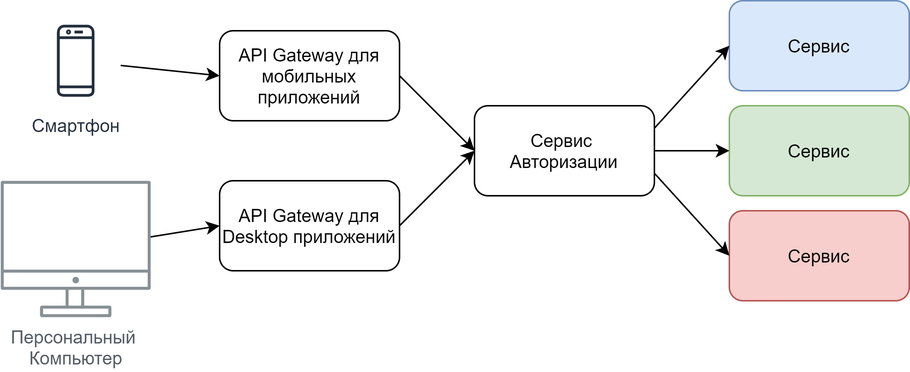
Earlier version of the draw.io export Semester 6/Diploma/Diagrams/Microservices/Backend For Frontends with Auth service.png (ArtiomCiobanu/UniversityStuff). Source tidied: cells renumbered, new cells last; positions are measured from the earlier drawing's top-left corner, leaving out a move shared by most shapes. The source it was exported from:
```xml
<mxGraphModel background="#ffffff">
  <root>
    <mxCell id="0" />
    <mxCell id="1" parent="0" />
    <mxCell id="2" value="Сервис" style="rounded=1;whiteSpace=wrap;html=1;fillColor=#d5e8d4;strokeColor=#82b366;" parent="1" vertex="1">
      <mxGeometry x="486" y="70" width="120" height="60" as="geometry" />
    </mxCell>
    <mxCell id="3" value="Сервис" style="rounded=1;whiteSpace=wrap;html=1;fillColor=#dae8fc;strokeColor=#6c8ebf;" parent="1" vertex="1">
      <mxGeometry x="486" width="120" height="60" as="geometry" />
    </mxCell>
    <mxCell id="4" value="Сервис" style="rounded=1;whiteSpace=wrap;html=1;fillColor=#f8cecc;strokeColor=#b85450;" parent="1" vertex="1">
      <mxGeometry x="486" y="140" width="120" height="60" as="geometry" />
    </mxCell>
    <mxCell id="5" value="API Gateway для мобильных приложений" style="rounded=1;whiteSpace=wrap;html=1;" parent="1" vertex="1">
      <mxGeometry x="146" y="20" width="120" height="60" as="geometry" />
    </mxCell>
    <mxCell id="6" value="API Gateway для Desktop приложений" style="rounded=1;whiteSpace=wrap;html=1;" parent="1" vertex="1">
      <mxGeometry x="146" y="120" width="120" height="60" as="geometry" />
    </mxCell>
    <mxCell id="7" value="Смартфон" style="outlineConnect=0;fontColor=#232F3E;gradientColor=none;strokeColor=#232F3E;fillColor=#ffffff;dashed=0;verticalLabelPosition=bottom;verticalAlign=top;align=center;html=1;fontSize=12;fontStyle=0;shape=mxgraph.aws4.resourceIcon;resIcon=mxgraph.aws4.mobile_client;" parent="1" vertex="1">
      <mxGeometry x="20" y="10" width="60" height="60" as="geometry" />
    </mxCell>
    <mxCell id="8" value="Персональный &lt;br&gt;Компьютер" style="outlineConnect=0;gradientColor=none;fontColor=#545B64;strokeColor=none;fillColor=#879196;dashed=0;verticalLabelPosition=bottom;verticalAlign=top;align=center;html=1;fontSize=12;fontStyle=0;shape=mxgraph.aws4.illustration_desktop;" parent="1" vertex="1">
      <mxGeometry y="120" width="100" height="91" as="geometry" />
    </mxCell>
    <mxCell id="9" style="endArrow=classic;html=1;entryX=0;entryY=0.5;entryDx=0;entryDy=0;" parent="1" edge="1" source="8" target="6">
      <mxGeometry relative="1" as="geometry" />
    </mxCell>
    <mxCell id="10" style="endArrow=classic;html=1;entryX=0;entryY=0.5;entryDx=0;entryDy=0;" parent="1" edge="1" source="7" target="5">
      <mxGeometry relative="1" as="geometry" />
    </mxCell>
    <mxCell id="11" style="edgeStyle=orthogonalEdgeStyle;rounded=0;jettySize=auto;html=1;" parent="1" edge="1" source="12" target="2">
      <mxGeometry relative="1" as="geometry" />
    </mxCell>
    <mxCell id="12" value="Сервис &lt;br&gt;Авторизации" style="rounded=1;whiteSpace=wrap;html=1;" parent="1" vertex="1">
      <mxGeometry x="316" y="70" width="120" height="60" as="geometry" />
    </mxCell>
    <mxCell id="13" style="endArrow=classic;html=1;exitX=1;exitY=0.5;exitDx=0;exitDy=0;" parent="1" edge="1" source="5">
      <mxGeometry relative="1" as="geometry">
        <mxPoint x="316" y="100" as="targetPoint" />
      </mxGeometry>
    </mxCell>
    <mxCell id="14" style="endArrow=classic;html=1;exitX=1;exitY=0.5;exitDx=0;exitDy=0;" parent="1" edge="1" source="6">
      <mxGeometry relative="1" as="geometry">
        <mxPoint x="316" y="100" as="targetPoint" />
      </mxGeometry>
    </mxCell>
    <mxCell id="15" style="endArrow=classic;html=1;entryX=0;entryY=0.5;entryDx=0;entryDy=0;exitX=1;exitY=0.75;exitDx=0;exitDy=0;" parent="1" edge="1" source="12" target="4">
      <mxGeometry relative="1" as="geometry" />
    </mxCell>
    <mxCell id="16" style="endArrow=classic;html=1;entryX=0;entryY=0.5;entryDx=0;entryDy=0;exitX=1;exitY=0.25;exitDx=0;exitDy=0;" parent="1" edge="1" source="12" target="3">
      <mxGeometry relative="1" as="geometry" />
    </mxCell>
  </root>
</mxGraphModel>
```
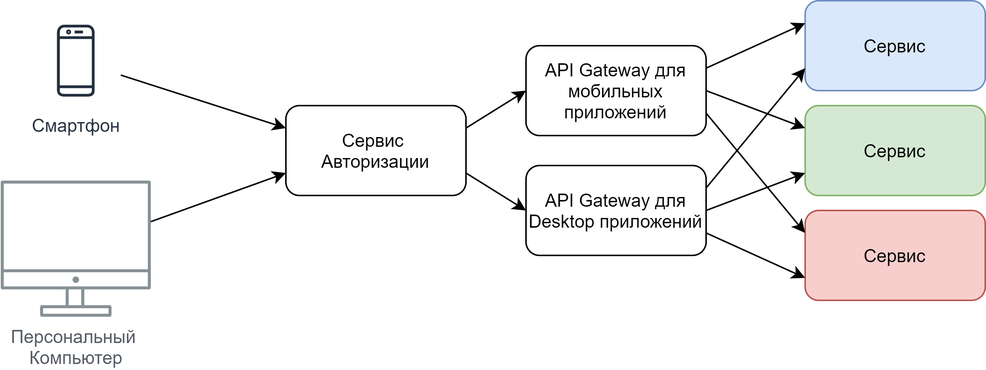
Later version of the same file.

Change to the diagram source:
```diff
@@ -3,53 +3,58 @@
     <mxCell id="0" />
     <mxCell id="1" parent="0" />
     <mxCell id="2" value="Сервис" style="rounded=1;whiteSpace=wrap;html=1;fillColor=#d5e8d4;strokeColor=#82b366;" parent="1" vertex="1">
-      <mxGeometry x="486" y="70" width="120" height="60" as="geometry" />
+      <mxGeometry x="536" y="60" width="120" height="60" as="geometry" />
     </mxCell>
     <mxCell id="3" value="Сервис" style="rounded=1;whiteSpace=wrap;html=1;fillColor=#dae8fc;strokeColor=#6c8ebf;" parent="1" vertex="1">
-      <mxGeometry x="486" width="120" height="60" as="geometry" />
+      <mxGeometry x="536" y="-10" width="120" height="60" as="geometry" />
     </mxCell>
     <mxCell id="4" value="Сервис" style="rounded=1;whiteSpace=wrap;html=1;fillColor=#f8cecc;strokeColor=#b85450;" parent="1" vertex="1">
-      <mxGeometry x="486" y="140" width="120" height="60" as="geometry" />
+      <mxGeometry x="536" y="130" width="120" height="60" as="geometry" />
     </mxCell>
     <mxCell id="5" value="API Gateway для мобильных приложений" style="rounded=1;whiteSpace=wrap;html=1;" parent="1" vertex="1">
-      <mxGeometry x="146" y="20" width="120" height="60" as="geometry" />
+      <mxGeometry x="350" y="20" width="120" height="60" as="geometry" />
     </mxCell>
     <mxCell id="6" value="API Gateway для Desktop приложений" style="rounded=1;whiteSpace=wrap;html=1;" parent="1" vertex="1">
-      <mxGeometry x="146" y="120" width="120" height="60" as="geometry" />
+      <mxGeometry x="350" y="100" width="120" height="60" as="geometry" />
     </mxCell>
     <mxCell id="7" value="Смартфон" style="outlineConnect=0;fontColor=#232F3E;gradientColor=none;strokeColor=#232F3E;fillColor=#ffffff;dashed=0;verticalLabelPosition=bottom;verticalAlign=top;align=center;html=1;fontSize=12;fontStyle=0;shape=mxgraph.aws4.resourceIcon;resIcon=mxgraph.aws4.mobile_client;" parent="1" vertex="1">
-      <mxGeometry x="20" y="10" width="60" height="60" as="geometry" />
+      <mxGeometry x="20" width="60" height="60" as="geometry" />
     </mxCell>
     <mxCell id="8" value="Персональный &lt;br&gt;Компьютер" style="outlineConnect=0;gradientColor=none;fontColor=#545B64;strokeColor=none;fillColor=#879196;dashed=0;verticalLabelPosition=bottom;verticalAlign=top;align=center;html=1;fontSize=12;fontStyle=0;shape=mxgraph.aws4.illustration_desktop;" parent="1" vertex="1">
-      <mxGeometry y="120" width="100" height="91" as="geometry" />
+      <mxGeometry y="110" width="100" height="91" as="geometry" />
     </mxCell>
-    <mxCell id="9" style="endArrow=classic;html=1;entryX=0;entryY=0.5;entryDx=0;entryDy=0;" parent="1" edge="1" source="8" target="6">
-      <mxGeometry relative="1" as="geometry" />
-    </mxCell>
-    <mxCell id="10" style="endArrow=classic;html=1;entryX=0;entryY=0.5;entryDx=0;entryDy=0;" parent="1" edge="1" source="7" target="5">
-      <mxGeometry relative="1" as="geometry" />
-    </mxCell>
-    <mxCell id="11" style="edgeStyle=orthogonalEdgeStyle;rounded=0;jettySize=auto;html=1;" parent="1" edge="1" source="12" target="2">
-      <mxGeometry relative="1" as="geometry" />
-    </mxCell>
+    <mxCell id="17" style="endArrow=classic;html=1;entryX=0;entryY=0.75;entryDx=0;entryDy=0;" parent="1" edge="1" source="8" target="12">
+      <mxGeometry relative="1" as="geometry" />
+    </mxCell>
+    <mxCell id="18" style="endArrow=classic;html=1;entryX=0;entryY=0.25;entryDx=0;entryDy=0;" parent="1" edge="1" source="7" target="12">
+      <mxGeometry relative="1" as="geometry" />
+    </mxCell>
+    <mxCell id="19" style="endArrow=classic;html=1;exitX=1;exitY=0.75;exitDx=0;exitDy=0;entryX=0;entryY=0.25;entryDx=0;entryDy=0;" parent="1" edge="1" source="5" target="4">
+      <mxGeometry relative="1" as="geometry" />
+    </mxCell>
+    <mxCell id="20" style="endArrow=classic;html=1;entryX=0;entryY=0.25;entryDx=0;entryDy=0;exitX=1;exitY=0.25;exitDx=0;exitDy=0;" parent="1" edge="1" source="5" target="3">
+      <mxGeometry relative="1" as="geometry" />
+    </mxCell>
+    <mxCell id="21" style="endArrow=classic;html=1;entryX=0;entryY=0.25;entryDx=0;entryDy=0;exitX=1;exitY=0.5;exitDx=0;exitDy=0;" parent="1" edge="1" source="5" target="2">
+      <mxGeometry relative="1" as="geometry" />
+    </mxCell>
+    <mxCell id="22" style="endArrow=classic;html=1;entryX=0;entryY=0.75;entryDx=0;entryDy=0;exitX=1;exitY=0.75;exitDx=0;exitDy=0;" parent="1" edge="1" source="6" target="4">
+      <mxGeometry relative="1" as="geometry" />
+    </mxCell>
+    <mxCell id="23" style="endArrow=classic;html=1;exitX=1;exitY=0.25;exitDx=0;exitDy=0;entryX=0;entryY=0.75;entryDx=0;entryDy=0;" parent="1" edge="1" source="6" target="3">
+      <mxGeometry relative="1" as="geometry" />
+    </mxCell>
+    <mxCell id="24" style="endArrow=classic;html=1;exitX=1;exitY=0.5;exitDx=0;exitDy=0;entryX=0;entryY=0.75;entryDx=0;entryDy=0;" parent="1" edge="1" source="6" target="2">
+      <mxGeometry relative="1" as="geometry" />
+    </mxCell>
     <mxCell id="12" value="Сервис &lt;br&gt;Авторизации" style="rounded=1;whiteSpace=wrap;html=1;" parent="1" vertex="1">
-      <mxGeometry x="316" y="70" width="120" height="60" as="geometry" />
+      <mxGeometry x="190" y="60" width="120" height="60" as="geometry" />
     </mxCell>
-    <mxCell id="13" style="endArrow=classic;html=1;exitX=1;exitY=0.5;exitDx=0;exitDy=0;" parent="1" edge="1" source="5">
-      <mxGeometry relative="1" as="geometry">
-        <mxPoint x="316" y="100" as="targetPoint" />
-      </mxGeometry>
-    </mxCell>
-    <mxCell id="14" style="endArrow=classic;html=1;exitX=1;exitY=0.5;exitDx=0;exitDy=0;" parent="1" edge="1" source="6">
-      <mxGeometry relative="1" as="geometry">
-        <mxPoint x="316" y="100" as="targetPoint" />
-      </mxGeometry>
-    </mxCell>
-    <mxCell id="15" style="endArrow=classic;html=1;entryX=0;entryY=0.5;entryDx=0;entryDy=0;exitX=1;exitY=0.75;exitDx=0;exitDy=0;" parent="1" edge="1" source="12" target="4">
-      <mxGeometry relative="1" as="geometry" />
-    </mxCell>
-    <mxCell id="16" style="endArrow=classic;html=1;entryX=0;entryY=0.5;entryDx=0;entryDy=0;exitX=1;exitY=0.25;exitDx=0;exitDy=0;" parent="1" edge="1" source="12" target="3">
-      <mxGeometry relative="1" as="geometry" />
-    </mxCell>
+    <mxCell id="25" style="endArrow=classic;html=1;entryX=0;entryY=0.5;entryDx=0;entryDy=0;exitX=1;exitY=0.25;exitDx=0;exitDy=0;" parent="1" edge="1" source="12" target="5">
+      <mxGeometry relative="1" as="geometry" />
+    </mxCell>
+    <mxCell id="26" style="endArrow=classic;html=1;entryX=0;entryY=0.5;entryDx=0;entryDy=0;exitX=1;exitY=0.75;exitDx=0;exitDy=0;" parent="1" edge="1" source="12" target="6">
+      <mxGeometry relative="1" as="geometry" />
+    </mxCell>
   </root>
 </mxGraphModel>
```
